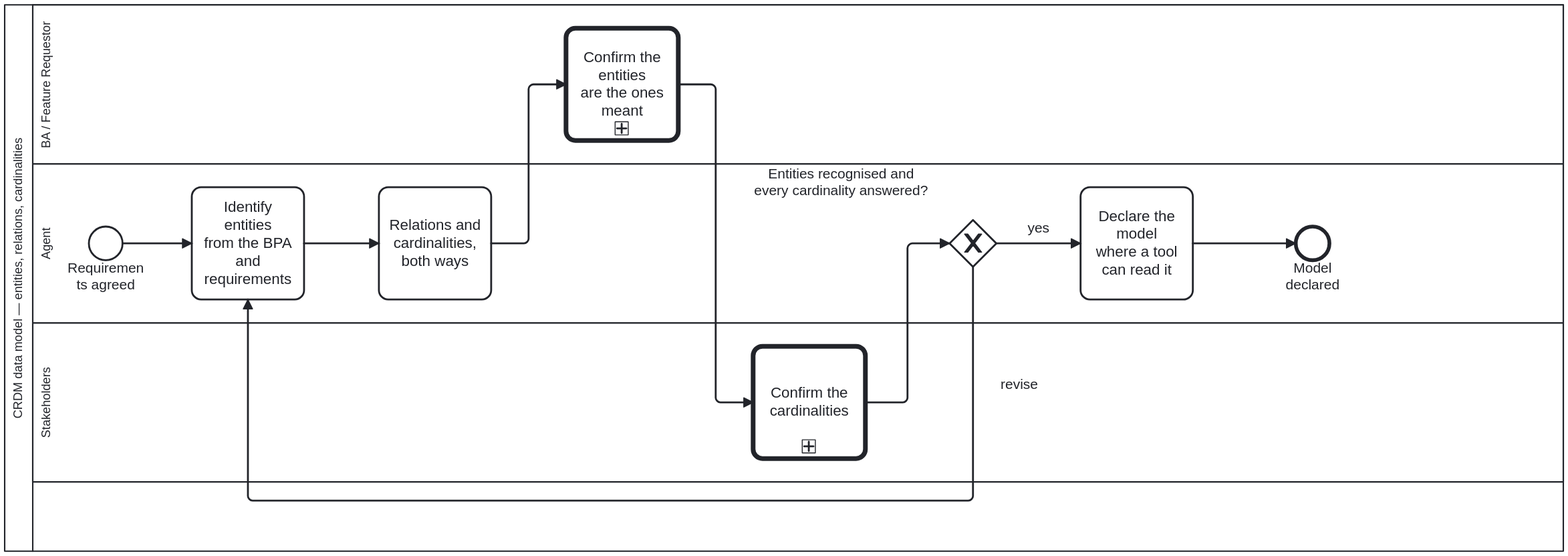
litlfred/cat-harness keeps this BPMN diagram as processes/process/crdm-data-model.svg. Above is the earlier version. Its source is kept beside it as processes/process/crdm-data-model.bpmn. Ids are renumbered.
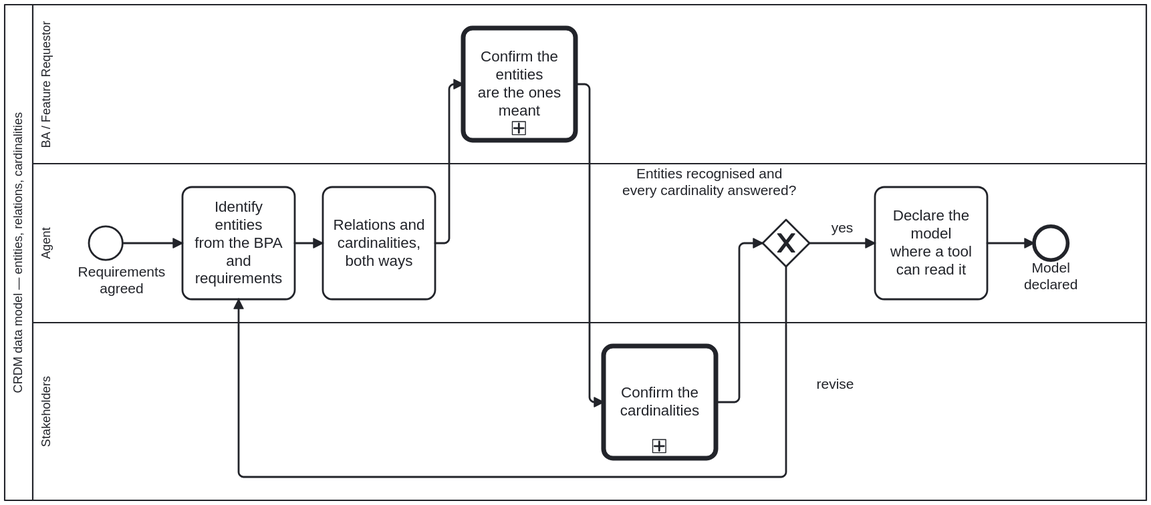
After the commit.

Commit message:
Bring 4 BPMN diagrams under 1400 px width budget (k6dz batch 4)

What changed in the source:
```diff
@@ -104,82 +104,83 @@
   <bpmndi:BPMNDiagram id="Diagram_Process_CRDM_DataModel">
     <bpmndi:BPMNPlane id="Plane_Process_CRDM_DataModel" bpmnElement="Collaboration_Process_CRDM_DataModel">
       <bpmndi:BPMNShape id="Shape_Participant_Process_CRDM_DataModel" bpmnElement="Participant_Process_CRDM_DataModel" isHorizontal="true">
-        <dc:Bounds x="160" y="80" width="1666" height="584" />
+        <dc:Bounds x="160" y="80" width="1220" height="530" />
       </bpmndi:BPMNShape>
       <bpmndi:BPMNShape id="Shape_Lane_BA_Process_CRDM_DataModel" bpmnElement="Lane_BA" isHorizontal="true">
-        <dc:Bounds x="190" y="80" width="1636" height="170" />
+        <dc:Bounds x="190" y="80" width="1190" height="170" />
       </bpmndi:BPMNShape>
       <bpmndi:BPMNShape id="Shape_Lane_Agent_Process_CRDM_DataModel" bpmnElement="Lane_Agent" isHorizontal="true">
-        <dc:Bounds x="190" y="250" width="1636" height="170" />
+        <dc:Bounds x="190" y="250" width="1190" height="170" />
       </bpmndi:BPMNShape>
       <bpmndi:BPMNShape id="Shape_Lane_Stakeholders_Process_CRDM_DataModel" bpmnElement="Lane_Stakeholders" isHorizontal="true">
-        <dc:Bounds x="190" y="420" width="1636" height="170" />
+        <dc:Bounds x="190" y="420" width="1190" height="190" />
       </bpmndi:BPMNShape>
       <bpmndi:BPMNShape id="Shape_Start_Process_CRDM_DataModel" bpmnElement="Start_Process_CRDM_DataModel">
         <dc:Bounds x="250" y="317" width="36" height="36" />
+        <bpmndi:BPMNLabel><dc:Bounds x="225" y="357" width="120" height="24" /></bpmndi:BPMNLabel>
       </bpmndi:BPMNShape>
       <bpmndi:BPMNShape id="Shape_A_Entities" bpmnElement="A_Entities">
-        <dc:Bounds x="360" y="275" width="120" height="120" />
+        <dc:Bounds x="350" y="275" width="120" height="120" />
       </bpmndi:BPMNShape>
       <bpmndi:BPMNShape id="Shape_A_Relations" bpmnElement="A_Relations">
-        <dc:Bounds x="560" y="275" width="120" height="120" />
+        <dc:Bounds x="500" y="275" width="120" height="120" />
       </bpmndi:BPMNShape>
       <bpmndi:BPMNShape id="Shape_BA_ConfirmEntities" bpmnElement="BA_ConfirmEntities">
-        <dc:Bounds x="760" y="105" width="120" height="120" />
+        <dc:Bounds x="650" y="105" width="120" height="120" />
       </bpmndi:BPMNShape>
       <bpmndi:BPMNShape id="Shape_S_ConfirmCardinality" bpmnElement="S_ConfirmCardinality">
-        <dc:Bounds x="960" y="445" width="120" height="120" />
+        <dc:Bounds x="800" y="445" width="120" height="120" />
       </bpmndi:BPMNShape>
       <bpmndi:BPMNShape id="Shape_GW_Model" bpmnElement="GW_Model" isMarkerVisible="true">
-        <dc:Bounds x="1170" y="310" width="50" height="50" />
-
-      <bpmndi:BPMNLabel><dc:Bounds x="941" y="252" width="225" height="54" /></bpmndi:BPMNLabel></bpmndi:BPMNShape>
+        <dc:Bounds x="970" y="310" width="50" height="50" />
+        <bpmndi:BPMNLabel><dc:Bounds x="800" y="252" width="225" height="54" /></bpmndi:BPMNLabel>
+      </bpmndi:BPMNShape>
       <bpmndi:BPMNShape id="Shape_A_Declare" bpmnElement="A_Declare">
-        <dc:Bounds x="1310" y="275" width="120" height="120" />
+        <dc:Bounds x="1090" y="275" width="120" height="120" />
       </bpmndi:BPMNShape>
       <bpmndi:BPMNShape id="Shape_End_Process_CRDM_DataModel" bpmnElement="End_Process_CRDM_DataModel">
-        <dc:Bounds x="1540" y="317" width="36" height="36" />
+        <dc:Bounds x="1260" y="317" width="36" height="36" />
       </bpmndi:BPMNShape>
       <bpmndi:BPMNEdge id="Edge_SF_Process_CRDM_DataModel_1" bpmnElement="SF_Process_CRDM_DataModel_1">
         <di:waypoint x="286" y="335" />
-        <di:waypoint x="360" y="335" />
+        <di:waypoint x="350" y="335" />
       </bpmndi:BPMNEdge>
       <bpmndi:BPMNEdge id="Edge_SF_Process_CRDM_DataModel_2" bpmnElement="SF_Process_CRDM_DataModel_2">
-        <di:waypoint x="480" y="335" />
-        <di:waypoint x="560" y="335" />
+        <di:waypoint x="470" y="335" />
+        <di:waypoint x="500" y="335" />
       </bpmndi:BPMNEdge>
       <bpmndi:BPMNEdge id="Edge_SF_Process_CRDM_DataModel_3" bpmnElement="SF_Process_CRDM_DataModel_3">
-        <di:waypoint x="680" y="335" />
-        <di:waypoint x="720" y="335" />
-        <di:waypoint x="720" y="165" />
-        <di:waypoint x="760" y="165" />
+        <di:waypoint x="620" y="335" />
+        <di:waypoint x="635" y="335" />
+        <di:waypoint x="635" y="165" />
+        <di:waypoint x="650" y="165" />
       </bpmndi:BPMNEdge>
       <bpmndi:BPMNEdge id="Edge_SF_Process_CRDM_DataModel_4" bpmnElement="SF_Process_CRDM_DataModel_4">
-        <di:waypoint x="880" y="165" />
-        <di:waypoint x="920" y="165" />
-        <di:waypoint x="920" y="505" />
-        <di:waypoint x="960" y="505" />
+        <di:waypoint x="770" y="165" />
+        <di:waypoint x="785" y="165" />
+        <di:waypoint x="785" y="505" />
+        <di:waypoint x="800" y="505" />
       </bpmndi:BPMNEdge>
       <bpmndi:BPMNEdge id="Edge_SF_Process_CRDM_DataModel_5" bpmnElement="SF_Process_CRDM_DataModel_5">
-        <di:waypoint x="1080" y="505" />
-        <di:waypoint x="1125" y="505" />
-        <di:waypoint x="1125" y="335" />
-        <di:waypoint x="1170" y="335" />
+        <di:waypoint x="920" y="505" />
+        <di:waypoint x="945" y="505" />
+        <di:waypoint x="945" y="335" />
+        <di:waypoint x="970" y="335" />
       </bpmndi:BPMNEdge>
       <bpmndi:BPMNEdge id="Edge_SF_Process_CRDM_DataModel_6" bpmnElement="SF_Process_CRDM_DataModel_6">
-                <di:waypoint x="1195" y="360" />
-        <di:waypoint x="1195" y="610" />
-        <di:waypoint x="420" y="610" />
-        <di:waypoint x="420" y="395" />
-      <bpmndi:BPMNLabel><dc:Bounds x="1199" y="476.5" width="90" height="17" /></bpmndi:BPMNLabel>
+        <di:waypoint x="995" y="360" />
+        <di:waypoint x="995" y="585" />
+        <di:waypoint x="410" y="585" />
+        <di:waypoint x="410" y="395" />
+        <bpmndi:BPMNLabel><dc:Bounds x="1002" y="476.5" width="90" height="17" /></bpmndi:BPMNLabel>
       </bpmndi:BPMNEdge>
       <bpmndi:BPMNEdge id="Edge_SF_Process_CRDM_DataModel_7" bpmnElement="SF_Process_CRDM_DataModel_7">
-        <di:waypoint x="1220" y="335" />
-        <di:waypoint x="1310" y="335" />
+        <di:waypoint x="1020" y="335" />
+        <di:waypoint x="1090" y="335" />
       </bpmndi:BPMNEdge>
       <bpmndi:BPMNEdge id="Edge_SF_Process_CRDM_DataModel_8" bpmnElement="SF_Process_CRDM_DataModel_8">
-        <di:waypoint x="1430" y="335" />
-        <di:waypoint x="1540" y="335" />
+        <di:waypoint x="1210" y="335" />
+        <di:waypoint x="1260" y="335" />
       </bpmndi:BPMNEdge>
     </bpmndi:BPMNPlane>
   </bpmndi:BPMNDiagram>
```
